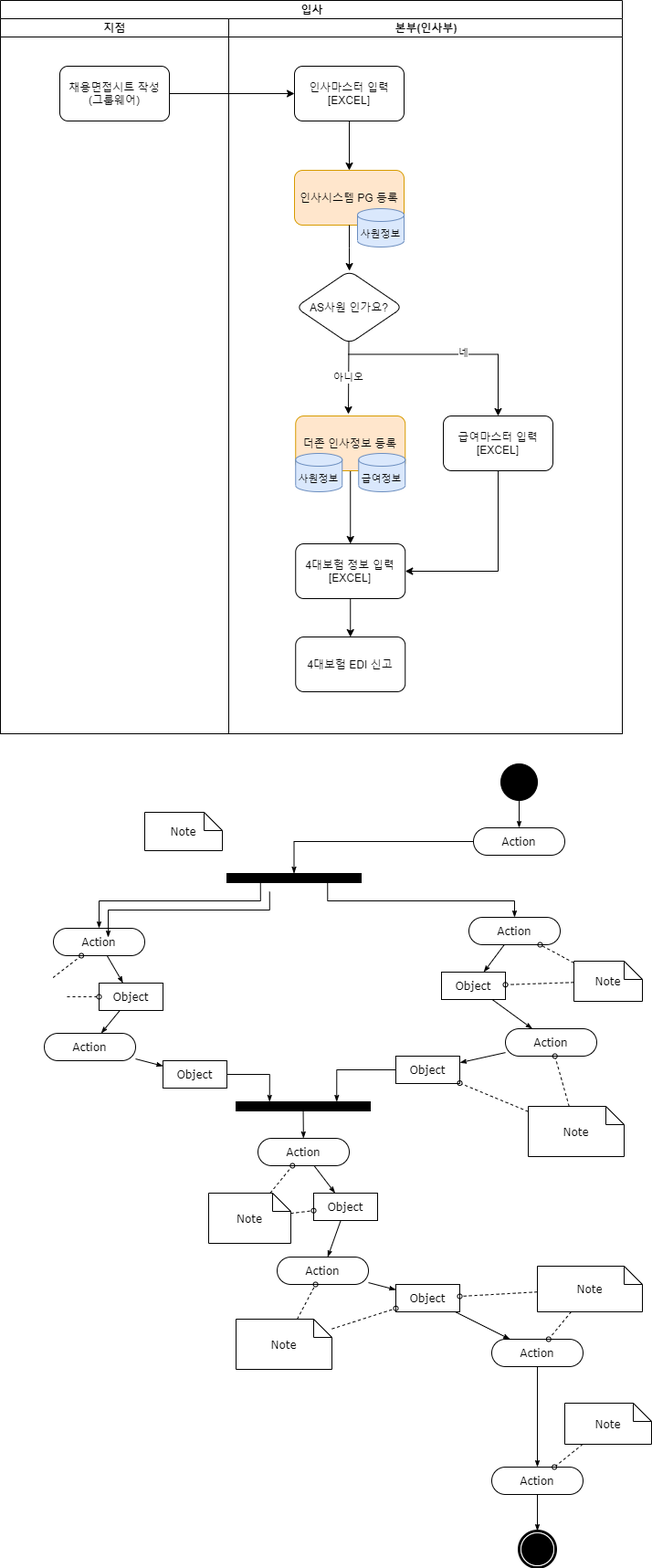
Earlier version of the draw.io export Insa_JoinResignation.drawio.png (seunggeunjo/Flow-Chart). Source tidied: cells renumbered, new cells last; positions are measured from the earlier drawing's top-left corner, leaving out a move shared by most shapes.
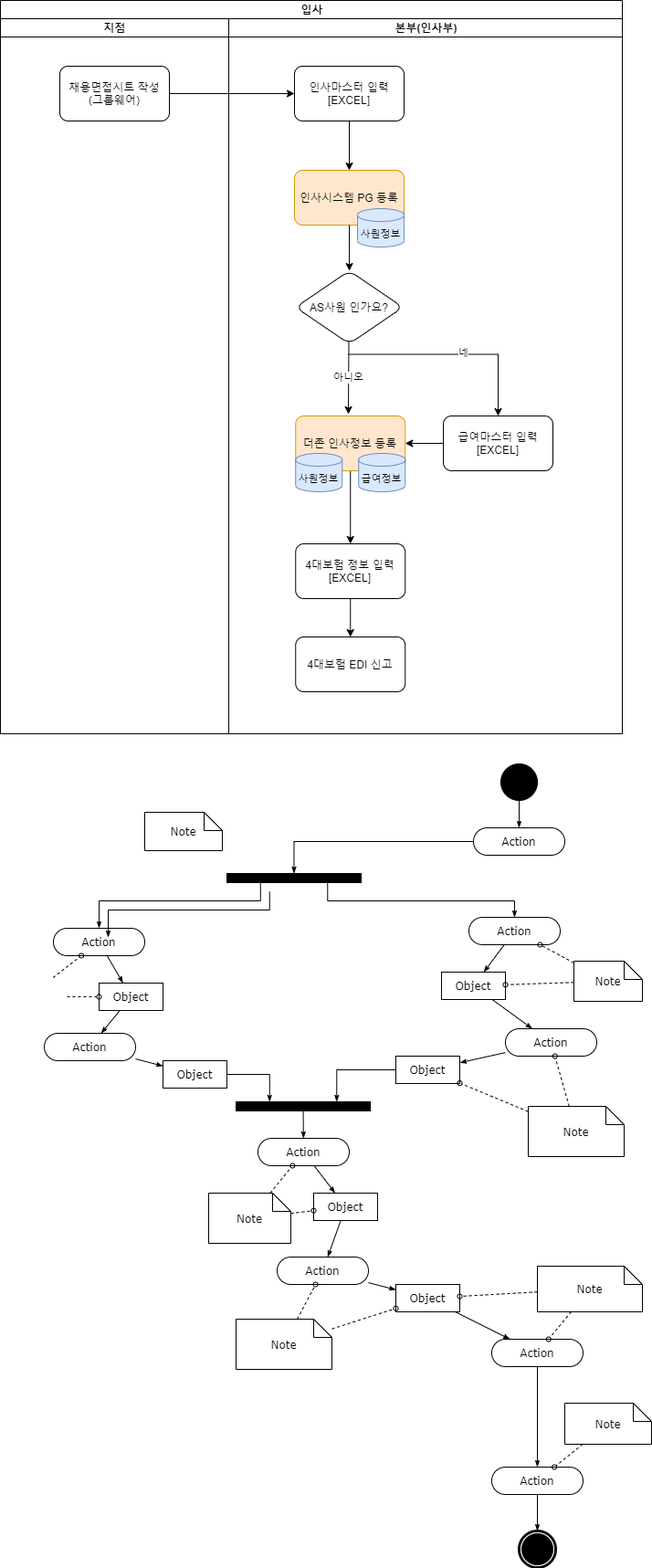
The same diagram one commit later.

Change to the diagram source:
```diff
@@ -57,9 +57,9 @@
         <mxPoint y="1" as="offset" />
       </mxGeometry>
     </mxCell>
-    <mxCell id="17" style="edgeStyle=orthogonalEdgeStyle;rounded=0;jettySize=auto;html=1;exitX=0.5;exitY=1;exitDx=0;exitDy=0;entryX=1;entryY=0.5;entryDx=0;entryDy=0;fontSize=11;" parent="5" edge="1" source="18" target="21">
-      <mxGeometry relative="1" as="geometry" />
-    </mxCell>
+    <mxCell id="84" style="edgeStyle=orthogonalEdgeStyle;rounded=0;jettySize=auto;html=1;exitX=0;exitY=0.5;exitDx=0;exitDy=0;entryX=1;entryY=0.5;entryDx=0;entryDy=0;fontSize=11;" parent="5" edge="1" source="18" target="10">
+      <mxGeometry relative="1" as="geometry" />
+    </mxCell>
     <mxCell id="18" value="급여마스터 입력&lt;br&gt;[EXCEL]" style="whiteSpace=wrap;html=1;rounded=1;" parent="5" vertex="1">
       <mxGeometry x="235" y="435" width="120" height="60" as="geometry" />
     </mxCell>
```
